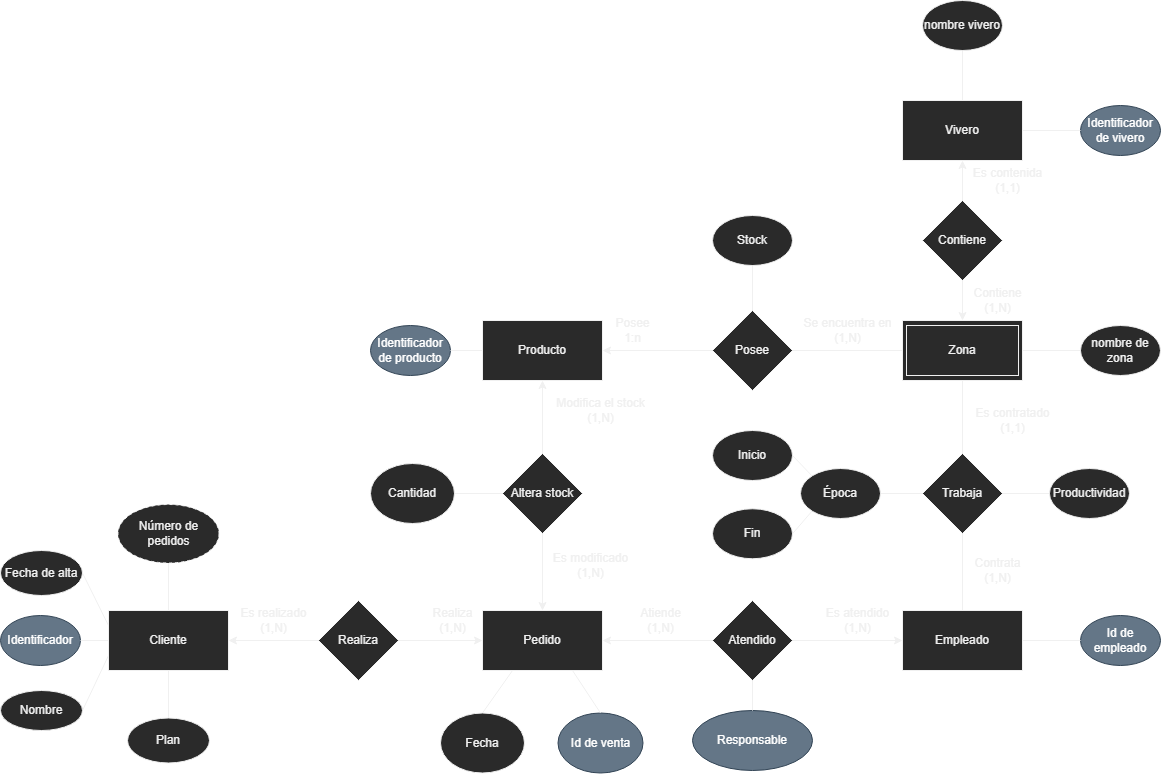
The draw.io diagram img/entity-relation-model.png in alu0101335148/P4_ADBD, before a commit. Source tidied: cells renumbered, new cells last; positions are measured from the earlier drawing's top-left corner, leaving out a move shared by most shapes. Its diagram source:
```xml
<mxGraphModel>
  <root>
    <mxCell id="0" />
    <mxCell id="1" parent="0" />
    <mxCell id="2" value="Zona" style="rounded=0;whiteSpace=wrap;html=1;" parent="1" vertex="1">
      <mxGeometry x="902" y="320" width="120" height="60" as="geometry" />
    </mxCell>
    <mxCell id="3" value="Producto" style="rounded=0;whiteSpace=wrap;html=1;" parent="1" vertex="1">
      <mxGeometry x="482" y="320" width="120" height="60" as="geometry" />
    </mxCell>
    <mxCell id="4" value="Stock" style="ellipse;whiteSpace=wrap;html=1;" parent="1" vertex="1">
      <mxGeometry x="712" y="215" width="80" height="50" as="geometry" />
    </mxCell>
    <mxCell id="5" style="endArrow=none;html=1;rounded=0;exitX=0.5;exitY=0;exitDx=0;exitDy=0;" parent="1" edge="1" source="8" target="4">
      <mxGeometry relative="1" as="geometry" />
    </mxCell>
    <mxCell id="6" value="Empleado" style="rounded=0;whiteSpace=wrap;html=1;" parent="1" vertex="1">
      <mxGeometry x="902" y="610" width="120" height="60" as="geometry" />
    </mxCell>
    <mxCell id="7" style="edgeStyle=orthogonalEdgeStyle;rounded=0;jettySize=auto;html=1;exitX=0;exitY=0.5;exitDx=0;exitDy=0;entryX=1;entryY=0.5;entryDx=0;entryDy=0;" parent="1" edge="1" source="8" target="3">
      <mxGeometry relative="1" as="geometry" />
    </mxCell>
    <mxCell id="8" value="Posee" style="rhombus;whiteSpace=wrap;html=1;" parent="1" vertex="1">
      <mxGeometry x="712" y="310" width="80" height="80" as="geometry" />
    </mxCell>
    <mxCell id="9" style="endArrow=none;html=1;rounded=0;entryX=1;entryY=0.5;entryDx=0;entryDy=0;exitX=0;exitY=0.5;exitDx=0;exitDy=0;" parent="1" edge="1" source="2" target="8">
      <mxGeometry relative="1" as="geometry" />
    </mxCell>
    <mxCell id="10" style="endArrow=none;html=1;rounded=0;entryX=0.5;entryY=0;entryDx=0;entryDy=0;exitX=0.5;exitY=1;exitDx=0;exitDy=0;" parent="1" edge="1" source="2" target="12">
      <mxGeometry relative="1" as="geometry" />
    </mxCell>
    <mxCell id="11" style="endArrow=none;html=1;rounded=0;entryX=0.5;entryY=0;entryDx=0;entryDy=0;exitX=0.5;exitY=1;exitDx=0;exitDy=0;" parent="1" edge="1" source="12" target="6">
      <mxGeometry relative="1" as="geometry" />
    </mxCell>
    <mxCell id="12" value="Trabaja" style="rhombus;whiteSpace=wrap;html=1;" parent="1" vertex="1">
      <mxGeometry x="922" y="453" width="80" height="80" as="geometry" />
    </mxCell>
    <mxCell id="13" value="Cliente" style="rounded=0;whiteSpace=wrap;html=1;" parent="1" vertex="1">
      <mxGeometry x="108" y="610" width="120" height="60" as="geometry" />
    </mxCell>
    <mxCell id="14" value="Es contratado&lt;br&gt;(1,1)" style="text;html=1;align=center;verticalAlign=middle;strokeColor=none;fillColor=none;" parent="1" vertex="1">
      <mxGeometry x="962" y="400" width="100" height="40" as="geometry" />
    </mxCell>
    <mxCell id="15" value="Contrata&lt;br&gt;(1,N)" style="text;html=1;align=center;verticalAlign=middle;strokeColor=none;fillColor=none;" parent="1" vertex="1">
      <mxGeometry x="962" y="550" width="70" height="40" as="geometry" />
    </mxCell>
    <mxCell id="16" value="Posee&lt;br&gt;1:n" style="text;html=1;align=center;verticalAlign=middle;strokeColor=none;fillColor=none;" parent="1" vertex="1">
      <mxGeometry x="602" y="310" width="60" height="40" as="geometry" />
    </mxCell>
    <mxCell id="17" value="Se encuentra en&lt;br&gt;(1,N)" style="text;html=1;align=center;verticalAlign=middle;strokeColor=none;fillColor=none;" parent="1" vertex="1">
      <mxGeometry x="792" y="310" width="110" height="40" as="geometry" />
    </mxCell>
    <mxCell id="18" style="endArrow=none;html=1;rounded=0;entryX=0;entryY=0.75;entryDx=0;entryDy=0;exitX=1;exitY=0.5;exitDx=0;exitDy=0;" parent="1" edge="1" source="72" target="13">
      <mxGeometry relative="1" as="geometry" />
    </mxCell>
    <mxCell id="19" style="endArrow=none;html=1;rounded=0;entryX=0;entryY=0.25;entryDx=0;entryDy=0;exitX=1;exitY=0.5;exitDx=0;exitDy=0;" parent="1" edge="1" source="73" target="13">
      <mxGeometry relative="1" as="geometry" />
    </mxCell>
    <mxCell id="20" value="Responsable" style="ellipse;whiteSpace=wrap;html=1;fillColor=#647687;fontColor=#ffffff;strokeColor=#314354;" parent="1" vertex="1">
      <mxGeometry x="692" y="710" width="120" height="60" as="geometry" />
    </mxCell>
    <mxCell id="21" style="endArrow=none;html=1;rounded=0;entryX=0.5;entryY=1;entryDx=0;entryDy=0;exitX=0.5;exitY=0;exitDx=0;exitDy=0;" parent="1" edge="1" source="20">
      <mxGeometry relative="1" as="geometry">
        <mxPoint x="752" y="680" as="targetPoint" />
      </mxGeometry>
    </mxCell>
    <mxCell id="22" value="&lt;font color=&quot;#ffffff&quot;&gt;Identificador de producto&lt;/font&gt;" style="ellipse;whiteSpace=wrap;html=1;fillColor=#647687;fontColor=#ffffff;strokeColor=#314354;" parent="1" vertex="1">
      <mxGeometry x="370" y="325" width="80" height="50" as="geometry" />
    </mxCell>
    <mxCell id="23" style="endArrow=none;html=1;rounded=0;entryX=1;entryY=0.5;entryDx=0;entryDy=0;exitX=0;exitY=0.5;exitDx=0;exitDy=0;" parent="1" edge="1" source="3" target="22">
      <mxGeometry relative="1" as="geometry" />
    </mxCell>
    <mxCell id="24" value="Identificador de vivero" style="ellipse;whiteSpace=wrap;html=1;fillColor=#647687;fontColor=#ffffff;strokeColor=#314354;" parent="1" vertex="1">
      <mxGeometry x="1080" y="105" width="80" height="50" as="geometry" />
    </mxCell>
    <mxCell id="25" value="Id de empleado" style="ellipse;whiteSpace=wrap;html=1;fillColor=#647687;fontColor=#ffffff;strokeColor=#314354;" parent="1" vertex="1">
      <mxGeometry x="1080" y="615" width="80" height="50" as="geometry" />
    </mxCell>
    <mxCell id="26" style="endArrow=none;html=1;rounded=0;exitX=0;exitY=0.5;exitDx=0;exitDy=0;entryX=1;entryY=0.5;entryDx=0;entryDy=0;" parent="1" edge="1" source="25" target="6">
      <mxGeometry relative="1" as="geometry" />
    </mxCell>
    <mxCell id="27" value="Pedido" style="rounded=0;whiteSpace=wrap;html=1;" parent="1" vertex="1">
      <mxGeometry x="482" y="610" width="120" height="60" as="geometry" />
    </mxCell>
    <mxCell id="28" style="edgeStyle=orthogonalEdgeStyle;rounded=0;jettySize=auto;html=1;exitX=1;exitY=0.5;exitDx=0;exitDy=0;entryX=0;entryY=0.5;entryDx=0;entryDy=0;" parent="1" edge="1" source="30" target="6">
      <mxGeometry relative="1" as="geometry" />
    </mxCell>
    <mxCell id="29" style="edgeStyle=orthogonalEdgeStyle;rounded=0;jettySize=auto;html=1;exitX=0;exitY=0.5;exitDx=0;exitDy=0;entryX=1;entryY=0.5;entryDx=0;entryDy=0;" parent="1" edge="1" source="30" target="27">
      <mxGeometry relative="1" as="geometry" />
    </mxCell>
    <mxCell id="30" value="Atendido" style="rhombus;whiteSpace=wrap;html=1;" parent="1" vertex="1">
      <mxGeometry x="712" y="600" width="80" height="80" as="geometry" />
    </mxCell>
    <mxCell id="31" value="Es atendido&lt;br&gt;(1,N)" style="text;html=1;align=center;verticalAlign=middle;strokeColor=none;fillColor=none;" parent="1" vertex="1">
      <mxGeometry x="812" y="600" width="90" height="40" as="geometry" />
    </mxCell>
    <mxCell id="32" value="Atiende&lt;br&gt;(1,N)" style="text;html=1;align=center;verticalAlign=middle;strokeColor=none;fillColor=none;" parent="1" vertex="1">
      <mxGeometry x="630" y="600" width="60" height="40" as="geometry" />
    </mxCell>
    <mxCell id="33" style="edgeStyle=orthogonalEdgeStyle;rounded=0;jettySize=auto;html=1;exitX=1;exitY=0.5;exitDx=0;exitDy=0;entryX=0;entryY=0.5;entryDx=0;entryDy=0;" parent="1" edge="1" source="35" target="27">
      <mxGeometry relative="1" as="geometry" />
    </mxCell>
    <mxCell id="34" style="edgeStyle=orthogonalEdgeStyle;rounded=0;jettySize=auto;html=1;exitX=0;exitY=0.5;exitDx=0;exitDy=0;entryX=1;entryY=0.5;entryDx=0;entryDy=0;" parent="1" edge="1" source="35" target="13">
      <mxGeometry relative="1" as="geometry" />
    </mxCell>
    <mxCell id="35" value="Realiza" style="rhombus;whiteSpace=wrap;html=1;" parent="1" vertex="1">
      <mxGeometry x="318" y="600" width="80" height="80" as="geometry" />
    </mxCell>
    <mxCell id="36" style="edgeStyle=orthogonalEdgeStyle;rounded=0;jettySize=auto;html=1;exitX=0.5;exitY=0;exitDx=0;exitDy=0;entryX=0.5;entryY=1;entryDx=0;entryDy=0;" parent="1" edge="1" source="38" target="3">
      <mxGeometry relative="1" as="geometry" />
    </mxCell>
    <mxCell id="37" style="edgeStyle=orthogonalEdgeStyle;rounded=0;jettySize=auto;html=1;exitX=0.5;exitY=1;exitDx=0;exitDy=0;entryX=0.5;entryY=0;entryDx=0;entryDy=0;" parent="1" edge="1" source="38" target="27">
      <mxGeometry relative="1" as="geometry" />
    </mxCell>
    <mxCell id="38" value="Altera stock" style="rhombus;whiteSpace=wrap;html=1;" parent="1" vertex="1">
      <mxGeometry x="502" y="453" width="80" height="80" as="geometry" />
    </mxCell>
    <mxCell id="39" value="Época" style="ellipse;whiteSpace=wrap;html=1;" parent="1" vertex="1">
      <mxGeometry x="800" y="468" width="80" height="50" as="geometry" />
    </mxCell>
    <mxCell id="40" style="endArrow=none;html=1;rounded=0;entryX=1;entryY=0.5;entryDx=0;entryDy=0;exitX=0;exitY=0.5;exitDx=0;exitDy=0;" parent="1" edge="1" source="12" target="39">
      <mxGeometry relative="1" as="geometry" />
    </mxCell>
    <mxCell id="41" value="Fecha" style="ellipse;whiteSpace=wrap;html=1;" parent="1" vertex="1">
      <mxGeometry x="440" y="712.5" width="84" height="60" as="geometry" />
    </mxCell>
    <mxCell id="42" style="edgeStyle=orthogonalEdgeStyle;rounded=0;orthogonalLoop=1;jettySize=auto;html=1;exitX=0.5;exitY=1;exitDx=0;exitDy=0;" parent="1" edge="1" source="41" target="41">
      <mxGeometry relative="1" as="geometry" />
    </mxCell>
    <mxCell id="43" style="endArrow=none;html=1;rounded=0;entryX=0.25;entryY=1;entryDx=0;entryDy=0;exitX=0.5;exitY=0;exitDx=0;exitDy=0;" parent="1" edge="1" source="41" target="27">
      <mxGeometry relative="1" as="geometry" />
    </mxCell>
    <mxCell id="44" value="Número de pedidos&lt;font color=&quot;#ffffff&quot;&gt;&lt;br&gt;&lt;/font&gt;" style="ellipse;whiteSpace=wrap;html=1;dashed=1;" parent="1" vertex="1">
      <mxGeometry x="117.5" y="504" width="101" height="58.5" as="geometry" />
    </mxCell>
    <mxCell id="45" style="endArrow=none;html=1;rounded=0;entryX=0.5;entryY=0;entryDx=0;entryDy=0;exitX=0.5;exitY=1;exitDx=0;exitDy=0;" parent="1" edge="1" source="44" target="13">
      <mxGeometry relative="1" as="geometry" />
    </mxCell>
    <mxCell id="46" value="Vivero" style="rounded=0;whiteSpace=wrap;html=1;" parent="1" vertex="1">
      <mxGeometry x="902" y="100" width="120" height="60" as="geometry" />
    </mxCell>
    <mxCell id="47" value="Contiene" style="rhombus;whiteSpace=wrap;html=1;" parent="1" vertex="1">
      <mxGeometry x="922" y="200" width="80" height="80" as="geometry" />
    </mxCell>
    <mxCell id="48" style="edgeStyle=orthogonalEdgeStyle;rounded=0;jettySize=auto;html=1;entryX=0.5;entryY=1;entryDx=0;entryDy=0;exitX=0.5;exitY=0;exitDx=0;exitDy=0;" parent="1" edge="1" source="47" target="46">
      <mxGeometry relative="1" as="geometry" />
    </mxCell>
    <mxCell id="49" style="edgeStyle=orthogonalEdgeStyle;rounded=0;jettySize=auto;html=1;entryX=0.5;entryY=0;entryDx=0;entryDy=0;exitX=0.5;exitY=1;exitDx=0;exitDy=0;" parent="1" edge="1" source="47" target="2">
      <mxGeometry relative="1" as="geometry" />
    </mxCell>
    <mxCell id="50" style="endArrow=none;html=1;rounded=0;entryX=1;entryY=0.5;entryDx=0;entryDy=0;exitX=0;exitY=0.5;exitDx=0;exitDy=0;" parent="1" edge="1" source="24" target="46">
      <mxGeometry relative="1" as="geometry" />
    </mxCell>
    <mxCell id="51" value="Plan" style="ellipse;whiteSpace=wrap;html=1;" parent="1" vertex="1">
      <mxGeometry x="127" y="717.5" width="82" height="45" as="geometry" />
    </mxCell>
    <mxCell id="52" style="endArrow=none;html=1;rounded=0;entryX=0.5;entryY=1;entryDx=0;entryDy=0;exitX=0.5;exitY=0;exitDx=0;exitDy=0;" parent="1" edge="1" source="51" target="13">
      <mxGeometry relative="1" as="geometry" />
    </mxCell>
    <mxCell id="53" value="Contiene&lt;br&gt;(1,N)" style="text;html=1;align=center;verticalAlign=middle;strokeColor=none;fillColor=none;" parent="1" vertex="1">
      <mxGeometry x="962" y="280" width="70" height="40" as="geometry" />
    </mxCell>
    <mxCell id="54" value="Es contenida&lt;br&gt;(1,1)" style="text;html=1;align=center;verticalAlign=middle;strokeColor=none;fillColor=none;" parent="1" vertex="1">
      <mxGeometry x="962" y="160" width="90" height="40" as="geometry" />
    </mxCell>
    <mxCell id="55" value="Realiza&lt;br&gt;(1,N)" style="text;html=1;align=center;verticalAlign=middle;strokeColor=none;fillColor=none;" parent="1" vertex="1">
      <mxGeometry x="422" y="600" width="60" height="40" as="geometry" />
    </mxCell>
    <mxCell id="56" value="Es realizado&lt;br&gt;(1,N)" style="text;html=1;align=center;verticalAlign=middle;strokeColor=none;fillColor=none;" parent="1" vertex="1">
      <mxGeometry x="228" y="600" width="90" height="40" as="geometry" />
    </mxCell>
    <mxCell id="57" value="Es modificado&lt;br&gt;(1,N)" style="text;html=1;align=center;verticalAlign=middle;strokeColor=none;fillColor=none;" parent="1" vertex="1">
      <mxGeometry x="540" y="545" width="100" height="40" as="geometry" />
    </mxCell>
    <mxCell id="58" value="Modifica el stock&lt;br&gt;(1,N)" style="text;html=1;align=center;verticalAlign=middle;strokeColor=none;fillColor=none;" parent="1" vertex="1">
      <mxGeometry x="545" y="390" width="110" height="40" as="geometry" />
    </mxCell>
    <mxCell id="59" value="nombre de zona" style="ellipse;whiteSpace=wrap;html=1;" parent="1" vertex="1">
      <mxGeometry x="1080" y="325" width="80" height="50" as="geometry" />
    </mxCell>
    <mxCell id="60" style="endArrow=none;html=1;rounded=0;entryX=1;entryY=0.5;entryDx=0;entryDy=0;exitX=0;exitY=0.5;exitDx=0;exitDy=0;" parent="1" edge="1" source="59" target="2">
      <mxGeometry relative="1" as="geometry" />
    </mxCell>
    <mxCell id="61" value="Id de venta" style="ellipse;whiteSpace=wrap;html=1;fillColor=#647687;fontColor=#ffffff;strokeColor=#314354;" parent="1" vertex="1">
      <mxGeometry x="557.5" y="712.5" width="85" height="60" as="geometry" />
    </mxCell>
    <mxCell id="62" style="endArrow=none;html=1;rounded=0;entryX=0.75;entryY=1;entryDx=0;entryDy=0;exitX=0.5;exitY=0;exitDx=0;exitDy=0;" parent="1" edge="1" source="61" target="27">
      <mxGeometry relative="1" as="geometry" />
    </mxCell>
    <mxCell id="63" value="nombre vivero" style="ellipse;whiteSpace=wrap;html=1;" parent="1" vertex="1">
      <mxGeometry x="922" width="80" height="50" as="geometry" />
    </mxCell>
    <mxCell id="64" style="endArrow=none;html=1;rounded=0;entryX=0.5;entryY=1;entryDx=0;entryDy=0;exitX=0.5;exitY=0;exitDx=0;exitDy=0;" parent="1" edge="1" source="46" target="63">
      <mxGeometry relative="1" as="geometry" />
    </mxCell>
    <mxCell id="65" style="rounded=0;whiteSpace=wrap;html=1;fillColor=none;" parent="1" vertex="1">
      <mxGeometry x="906" y="325" width="112" height="50" as="geometry" />
    </mxCell>
    <mxCell id="66" value="Inicio" style="ellipse;whiteSpace=wrap;html=1;" parent="1" vertex="1">
      <mxGeometry x="712" y="430" width="80" height="50" as="geometry" />
    </mxCell>
    <mxCell id="67" value="Fin" style="ellipse;whiteSpace=wrap;html=1;" parent="1" vertex="1">
      <mxGeometry x="712" y="508.2" width="80" height="50" as="geometry" />
    </mxCell>
    <mxCell id="68" style="endArrow=none;html=1;rounded=0;entryX=1;entryY=0.5;entryDx=0;entryDy=0;exitX=0;exitY=1;exitDx=0;exitDy=0;" parent="1" edge="1" source="39" target="67">
      <mxGeometry relative="1" as="geometry" />
    </mxCell>
    <mxCell id="69" style="endArrow=none;html=1;rounded=0;entryX=1;entryY=0.5;entryDx=0;entryDy=0;exitX=0;exitY=0;exitDx=0;exitDy=0;" parent="1" edge="1" source="39" target="66">
      <mxGeometry relative="1" as="geometry" />
    </mxCell>
    <mxCell id="70" value="Productividad" style="ellipse;whiteSpace=wrap;html=1;" parent="1" vertex="1">
      <mxGeometry x="1049" y="468" width="80" height="50" as="geometry" />
    </mxCell>
    <mxCell id="71" style="endArrow=none;html=1;rounded=0;entryX=0;entryY=0.5;entryDx=0;entryDy=0;exitX=1;exitY=0.5;exitDx=0;exitDy=0;" parent="1" edge="1" source="12" target="70">
      <mxGeometry relative="1" as="geometry" />
    </mxCell>
    <mxCell id="72" value="Nombre" style="ellipse;whiteSpace=wrap;html=1;" parent="1" vertex="1">
      <mxGeometry y="690" width="82" height="40" as="geometry" />
    </mxCell>
    <mxCell id="73" value="Fecha de alta" style="ellipse;whiteSpace=wrap;html=1;" parent="1" vertex="1">
      <mxGeometry y="550" width="82" height="45" as="geometry" />
    </mxCell>
    <mxCell id="74" value="&lt;font color=&quot;#ffffff&quot;&gt;Identificador&lt;/font&gt;" style="ellipse;whiteSpace=wrap;html=1;fillColor=#647687;fontColor=#ffffff;strokeColor=#314354;" parent="1" vertex="1">
      <mxGeometry y="615" width="80" height="50" as="geometry" />
    </mxCell>
    <mxCell id="75" style="endArrow=none;html=1;rounded=0;entryX=0;entryY=0.5;entryDx=0;entryDy=0;exitX=1;exitY=0.5;exitDx=0;exitDy=0;" parent="1" edge="1" source="74" target="13">
      <mxGeometry relative="1" as="geometry" />
    </mxCell>
    <mxCell id="76" value="Cantidad" style="ellipse;whiteSpace=wrap;html=1;" parent="1" vertex="1">
      <mxGeometry x="370" y="463" width="84" height="60" as="geometry" />
    </mxCell>
    <mxCell id="77" style="endArrow=none;html=1;rounded=0;entryX=0;entryY=0.5;entryDx=0;entryDy=0;exitX=1;exitY=0.5;exitDx=0;exitDy=0;" parent="1" edge="1" source="76" target="38">
      <mxGeometry relative="1" as="geometry" />
    </mxCell>
  </root>
</mxGraphModel>
```
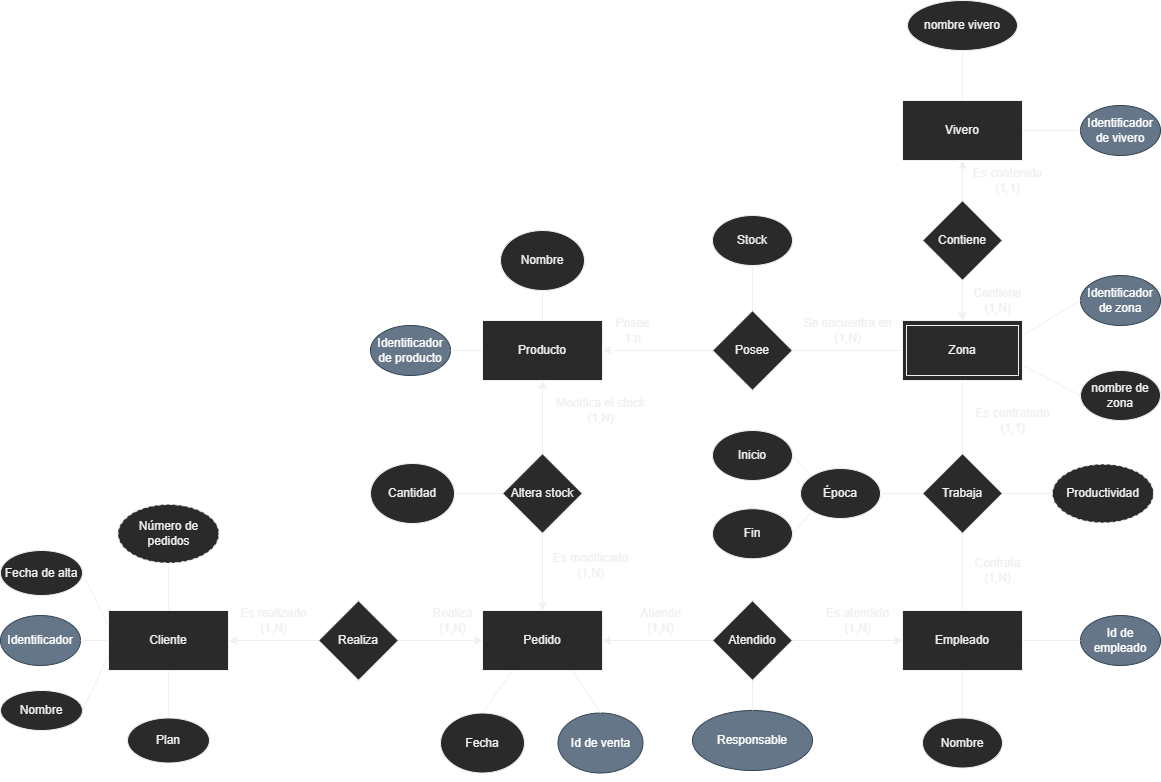
The same diagram one commit later.

Commit message:
Actualizado modelo y diagrama

What changed in the source:
```diff
@@ -176,9 +176,9 @@
       <mxGeometry x="545" y="390" width="110" height="40" as="geometry" />
     </mxCell>
     <mxCell id="59" value="nombre de zona" style="ellipse;whiteSpace=wrap;html=1;" parent="1" vertex="1">
-      <mxGeometry x="1080" y="325" width="80" height="50" as="geometry" />
+      <mxGeometry x="1080" y="370" width="80" height="50" as="geometry" />
     </mxCell>
-    <mxCell id="60" style="endArrow=none;html=1;rounded=0;entryX=1;entryY=0.5;entryDx=0;entryDy=0;exitX=0;exitY=0.5;exitDx=0;exitDy=0;" parent="1" edge="1" source="59" target="2">
+    <mxCell id="60" style="endArrow=none;html=1;rounded=0;entryX=1;entryY=0.75;entryDx=0;entryDy=0;exitX=0;exitY=0.5;exitDx=0;exitDy=0;" parent="1" edge="1" source="59" target="2">
       <mxGeometry relative="1" as="geometry" />
     </mxCell>
     <mxCell id="61" value="Id de venta" style="ellipse;whiteSpace=wrap;html=1;fillColor=#647687;fontColor=#ffffff;strokeColor=#314354;" parent="1" vertex="1">
@@ -188,7 +188,7 @@
       <mxGeometry relative="1" as="geometry" />
     </mxCell>
     <mxCell id="63" value="nombre vivero" style="ellipse;whiteSpace=wrap;html=1;" parent="1" vertex="1">
-      <mxGeometry x="922" width="80" height="50" as="geometry" />
+      <mxGeometry x="907" width="110" height="50" as="geometry" />
     </mxCell>
     <mxCell id="64" style="endArrow=none;html=1;rounded=0;entryX=0.5;entryY=1;entryDx=0;entryDy=0;exitX=0.5;exitY=0;exitDx=0;exitDy=0;" parent="1" edge="1" source="46" target="63">
       <mxGeometry relative="1" as="geometry" />
@@ -208,9 +208,6 @@
     <mxCell id="69" style="endArrow=none;html=1;rounded=0;entryX=1;entryY=0.5;entryDx=0;entryDy=0;exitX=0;exitY=0;exitDx=0;exitDy=0;" parent="1" edge="1" source="39" target="66">
       <mxGeometry relative="1" as="geometry" />
     </mxCell>
-    <mxCell id="70" value="Productividad" style="ellipse;whiteSpace=wrap;html=1;" parent="1" vertex="1">
-      <mxGeometry x="1049" y="468" width="80" height="50" as="geometry" />
-    </mxCell>
     <mxCell id="71" style="endArrow=none;html=1;rounded=0;entryX=0;entryY=0.5;entryDx=0;entryDy=0;exitX=1;exitY=0.5;exitDx=0;exitDy=0;" parent="1" edge="1" source="12" target="70">
       <mxGeometry relative="1" as="geometry" />
     </mxCell>
@@ -232,5 +229,26 @@
     <mxCell id="77" style="endArrow=none;html=1;rounded=0;entryX=0;entryY=0.5;entryDx=0;entryDy=0;exitX=1;exitY=0.5;exitDx=0;exitDy=0;" parent="1" edge="1" source="76" target="38">
       <mxGeometry relative="1" as="geometry" />
     </mxCell>
+    <mxCell id="78" value="Identificador de zona" style="ellipse;whiteSpace=wrap;html=1;fillColor=#647687;fontColor=#ffffff;strokeColor=#314354;" parent="1" vertex="1">
+      <mxGeometry x="1080" y="275" width="80" height="50" as="geometry" />
+    </mxCell>
+    <mxCell id="79" style="endArrow=none;html=1;rounded=0;entryX=1;entryY=0.25;entryDx=0;entryDy=0;exitX=0;exitY=0.5;exitDx=0;exitDy=0;" parent="1" edge="1" source="78" target="2">
+      <mxGeometry relative="1" as="geometry" />
+    </mxCell>
+    <mxCell id="80" value="Nombre" style="ellipse;whiteSpace=wrap;html=1;" parent="1" vertex="1">
+      <mxGeometry x="922" y="717.5" width="80" height="50" as="geometry" />
+    </mxCell>
+    <mxCell id="81" style="endArrow=none;html=1;rounded=0;entryX=0.5;entryY=0;entryDx=0;entryDy=0;exitX=0.5;exitY=1;exitDx=0;exitDy=0;" parent="1" edge="1" source="6" target="80">
+      <mxGeometry relative="1" as="geometry" />
+    </mxCell>
+    <mxCell id="82" value="Nombre" style="ellipse;whiteSpace=wrap;html=1;" parent="1" vertex="1">
+      <mxGeometry x="500" y="230" width="84" height="60" as="geometry" />
+    </mxCell>
+    <mxCell id="83" style="endArrow=none;html=1;rounded=0;entryX=0.5;entryY=1;entryDx=0;entryDy=0;exitX=0.5;exitY=0;exitDx=0;exitDy=0;" parent="1" edge="1" source="3" target="82">
+      <mxGeometry relative="1" as="geometry" />
+    </mxCell>
+    <mxCell id="70" value="Productividad&lt;font color=&quot;#ffffff&quot;&gt;&lt;br&gt;&lt;/font&gt;" style="ellipse;whiteSpace=wrap;html=1;dashed=1;" parent="1" vertex="1">
+      <mxGeometry x="1052" y="463.8" width="101" height="58.5" as="geometry" />
+    </mxCell>
   </root>
 </mxGraphModel>
```
